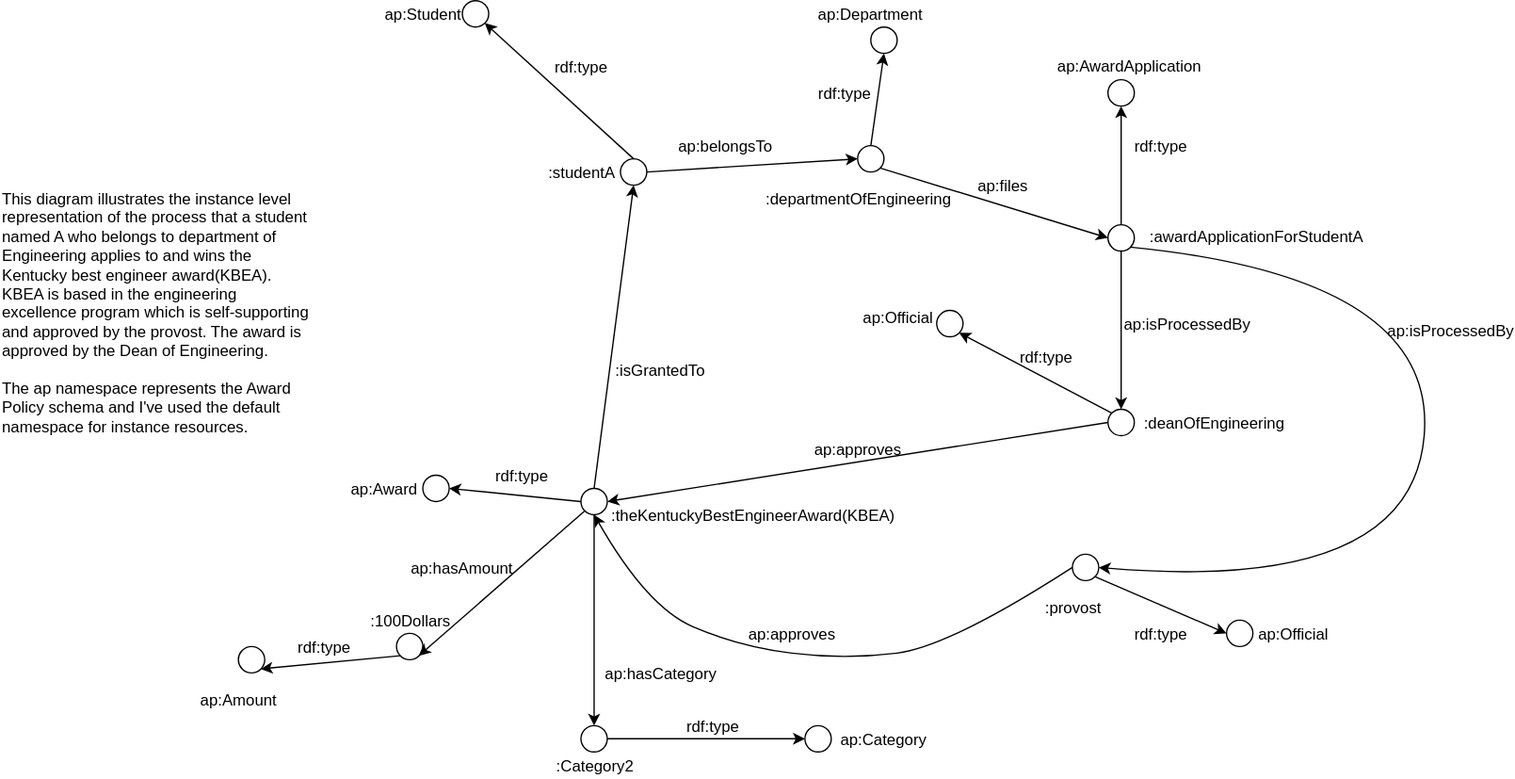
Above: Group 2 Assignment3/Instance_AwardPolicy.svg in IS561/MotorPool (draw.io), before the change. Source tidied: cells renumbered, new cells last; positions are measured from the earlier drawing's top-left corner, leaving out a move shared by most shapes.
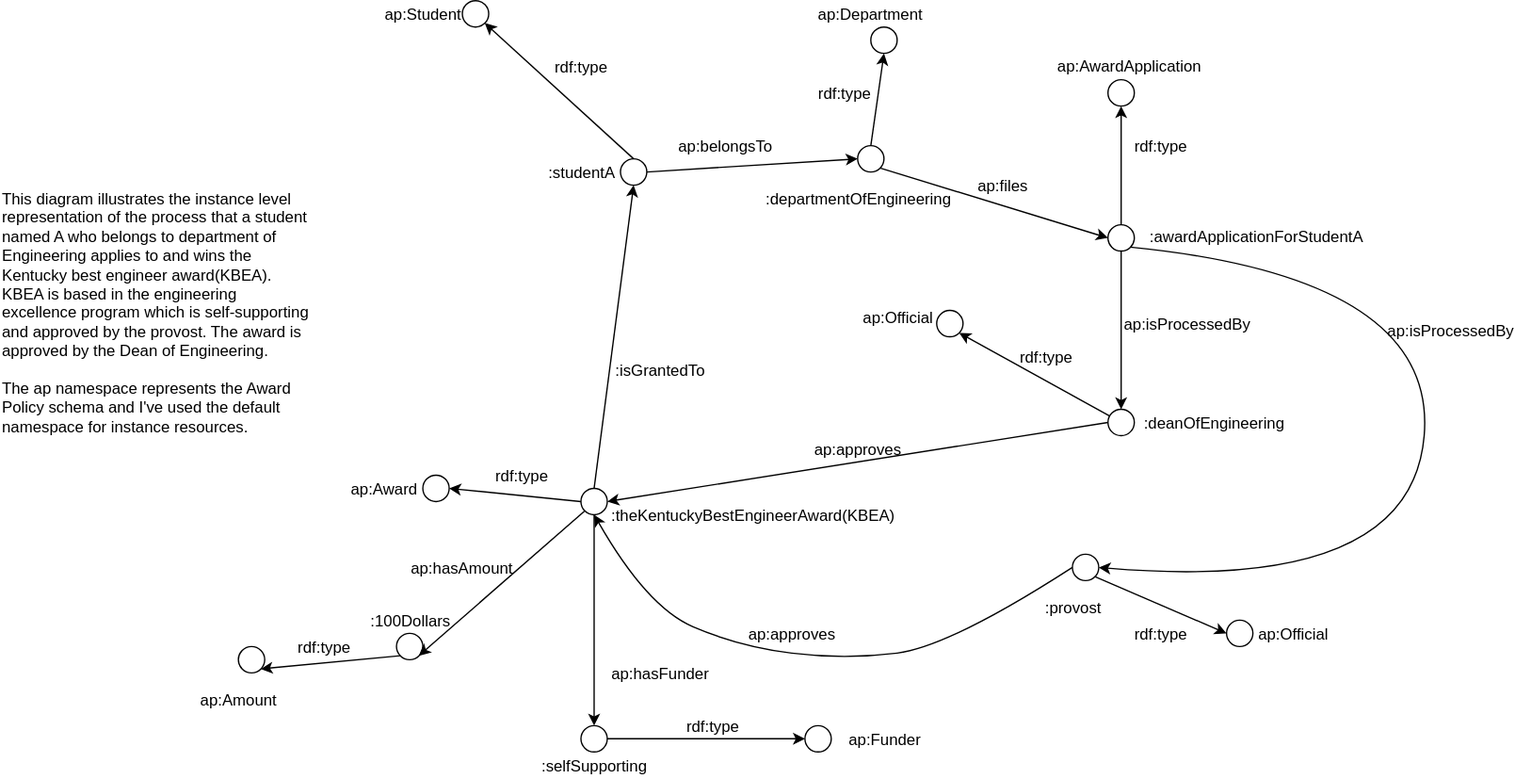
After the commit.

Commit message:
update instance for funder

Change to the diagram source:
```diff
@@ -127,7 +127,7 @@
     <mxCell id="42" value="ap:isProcessedBy" style="text;html=1;strokeColor=none;fillColor=none;align=center;verticalAlign=middle;whiteSpace=wrap;rounded=0;" parent="1" vertex="1">
       <mxGeometry x="880" y="235" width="40" height="20" as="geometry" />
     </mxCell>
-    <mxCell id="43" value="ap:hasCategory" style="text;html=1;strokeColor=none;fillColor=none;align=center;verticalAlign=middle;whiteSpace=wrap;rounded=0;" parent="1" vertex="1">
+    <mxCell id="43" value="ap:hasFunder" style="text;html=1;strokeColor=none;fillColor=none;align=center;verticalAlign=middle;whiteSpace=wrap;rounded=0;" parent="1" vertex="1">
       <mxGeometry x="480" y="500" width="40" height="20" as="geometry" />
     </mxCell>
     <mxCell id="44" style="ellipse;whiteSpace=wrap;html=1;" parent="1" vertex="1">
@@ -187,7 +187,7 @@
     <mxCell id="58" style="ellipse;whiteSpace=wrap;html=1;" parent="1" vertex="1">
       <mxGeometry x="440" y="550" width="20" height="20" as="geometry" />
     </mxCell>
-    <mxCell id="59" value=":Category2" style="text;html=1;strokeColor=none;fillColor=none;align=center;verticalAlign=middle;whiteSpace=wrap;rounded=0;" parent="1" vertex="1">
+    <mxCell id="59" value=":selfSupporting" style="text;html=1;strokeColor=none;fillColor=none;align=center;verticalAlign=middle;whiteSpace=wrap;rounded=0;" parent="1" vertex="1">
       <mxGeometry x="430" y="570" width="40" height="20" as="geometry" />
     </mxCell>
     <mxCell id="60" style="endArrow=classic;html=1;entryX=0.5;entryY=0;entryDx=0;entryDy=0;exitX=0.5;exitY=1;exitDx=0;exitDy=0;" parent="1" edge="1" source="15" target="58">
@@ -211,7 +211,7 @@
     <mxCell id="66" style="endArrow=classic;html=1;entryX=0;entryY=0.5;entryDx=0;entryDy=0;exitX=1;exitY=0.5;exitDx=0;exitDy=0;" parent="1" edge="1" source="58" target="65">
       <mxGeometry relative="1" as="geometry" />
     </mxCell>
-    <mxCell id="67" value="ap:Category" style="text;html=1;strokeColor=none;fillColor=none;align=center;verticalAlign=middle;whiteSpace=wrap;rounded=0;" parent="1" vertex="1">
+    <mxCell id="67" value="ap:Funder&lt;br&gt;" style="text;html=1;strokeColor=none;fillColor=none;align=center;verticalAlign=middle;whiteSpace=wrap;rounded=0;" parent="1" vertex="1">
       <mxGeometry x="650" y="550" width="40" height="20" as="geometry" />
     </mxCell>
     <mxCell id="68" value="rdf:type" style="text;html=1;strokeColor=none;fillColor=none;align=center;verticalAlign=middle;whiteSpace=wrap;rounded=0;" parent="1" vertex="1">
```
